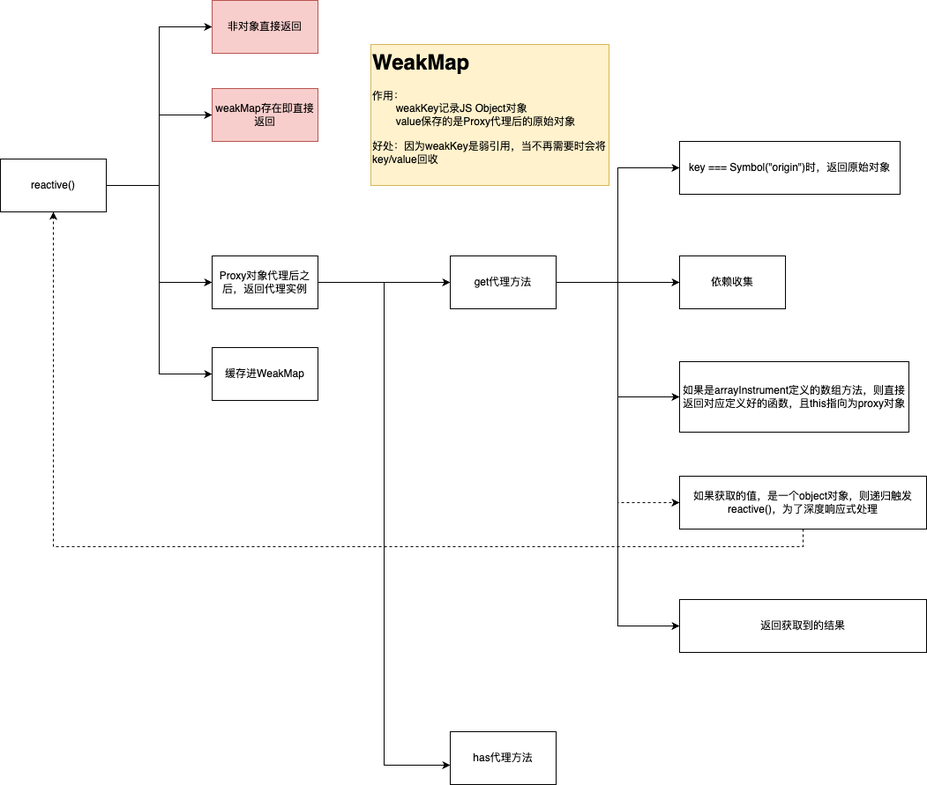
Before: Vue3响应式源码实现(渡一).drawio.png, a diagram exported from draw.io (JYbill/draw). Source tidied: cells renumbered, new cells last; positions are measured from the earlier drawing's top-left corner, leaving out a move shared by most shapes.
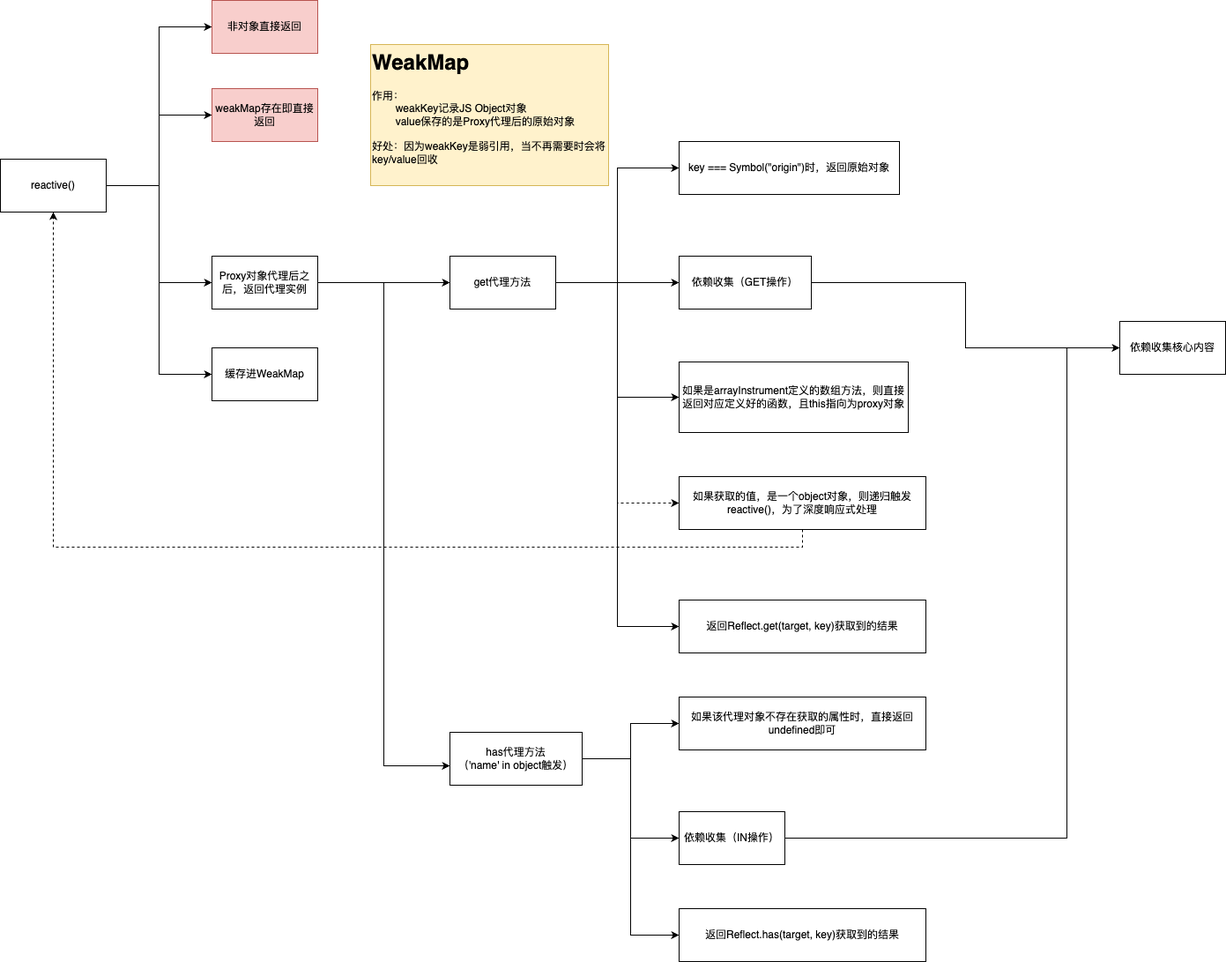
After the change.

Commit message:
更新Vue3响应式源码实现(渡一).drawio.png

What changed in the source:
```diff
@@ -56,8 +56,11 @@
     <mxCell id="19" value="key === Symbol(&quot;origin&quot;)时，返回原始对象" style="rounded=0;whiteSpace=wrap;html=1;" parent="1" vertex="1">
       <mxGeometry x="770" y="160" width="250" height="60" as="geometry" />
     </mxCell>
+    <mxCell id="27" style="edgeStyle=orthogonalEdgeStyle;rounded=0;jettySize=auto;html=1;exitX=1;exitY=0.5;exitDx=0;exitDy=0;entryX=0;entryY=0.5;entryDx=0;entryDy=0;" parent="1" edge="1" source="20" target="32">
+      <mxGeometry relative="1" as="geometry" />
+    </mxCell>
-    <mxCell id="20" value="依赖收集" style="rounded=0;whiteSpace=wrap;html=1;" parent="1" vertex="1">
-      <mxGeometry x="770" y="290" width="120" height="60" as="geometry" />
+    <mxCell id="20" value="依赖收集（GET操作）" style="rounded=0;whiteSpace=wrap;html=1;" parent="1" vertex="1">
+      <mxGeometry x="770" y="290" width="150" height="60" as="geometry" />
     </mxCell>
     <mxCell id="21" value="如果是arrayInstrument定义的数组方法，则直接返回对应定义好的函数，且this指向为proxy对象" style="rounded=0;whiteSpace=wrap;html=1;" parent="1" vertex="1">
       <mxGeometry x="770" y="410" width="260" height="80" as="geometry" />
@@ -68,14 +71,43 @@
     <mxCell id="23" value="如果获取的值，是一个object对象，则递归触发reactive()，为了深度响应式处理" style="rounded=0;whiteSpace=wrap;html=1;" parent="1" vertex="1">
       <mxGeometry x="770" y="540" width="280" height="60" as="geometry" />
     </mxCell>
-    <mxCell id="24" value="返回获取到的结果" style="rounded=0;whiteSpace=wrap;html=1;" parent="1" vertex="1">
+    <mxCell id="24" value="返回Reflect.get(target, key)获取到的结果" style="rounded=0;whiteSpace=wrap;html=1;" parent="1" vertex="1">
       <mxGeometry x="770" y="680" width="280" height="60" as="geometry" />
     </mxCell>
+    <mxCell id="28" style="edgeStyle=orthogonalEdgeStyle;rounded=0;jettySize=auto;html=1;exitX=1;exitY=0.5;exitDx=0;exitDy=0;" parent="1" edge="1" source="25" target="31">
+      <mxGeometry relative="1" as="geometry" />
+    </mxCell>
+    <mxCell id="29" style="edgeStyle=orthogonalEdgeStyle;rounded=0;jettySize=auto;html=1;exitX=1;exitY=0.5;exitDx=0;exitDy=0;entryX=0;entryY=0.5;entryDx=0;entryDy=0;" parent="1" edge="1" source="25" target="34">
+      <mxGeometry relative="1" as="geometry" />
+    </mxCell>
+    <mxCell id="30" style="edgeStyle=orthogonalEdgeStyle;rounded=0;jettySize=auto;html=1;exitX=1;exitY=0.5;exitDx=0;exitDy=0;entryX=0;entryY=0.5;entryDx=0;entryDy=0;" parent="1" edge="1" source="25" target="35">
+      <mxGeometry relative="1" as="geometry" />
+    </mxCell>
-    <mxCell id="25" value="has代理方法" style="rounded=0;whiteSpace=wrap;html=1;" parent="1" vertex="1">
-      <mxGeometry x="510" y="830" width="120" height="60" as="geometry" />
+    <mxCell id="25" value="has代理方法&lt;br&gt;（'name' in object触发）" style="rounded=0;whiteSpace=wrap;html=1;" parent="1" vertex="1">
+      <mxGeometry x="510" y="830" width="150" height="60" as="geometry" />
     </mxCell>
     <mxCell id="26" style="edgeStyle=orthogonalEdgeStyle;rounded=0;jettySize=auto;html=1;exitX=1;exitY=0.5;exitDx=0;exitDy=0;entryX=0;entryY=0.633;entryDx=0;entryDy=0;entryPerimeter=0;" parent="1" edge="1" source="11" target="25">
       <mxGeometry relative="1" as="geometry" />
     </mxCell>
+    <mxCell id="31" value="如果该代理对象不存在获取的属性时，直接返回undefined即可" style="rounded=0;whiteSpace=wrap;html=1;" parent="1" vertex="1">
+      <mxGeometry x="770" y="790" width="280" height="60" as="geometry" />
+    </mxCell>
+    <mxCell id="32" value="依赖收集核心内容" style="rounded=0;whiteSpace=wrap;html=1;" parent="1" vertex="1">
+      <mxGeometry x="1270" y="364" width="120" height="60" as="geometry" />
+    </mxCell>
+    <mxCell id="33" style="edgeStyle=orthogonalEdgeStyle;rounded=0;jettySize=auto;html=1;exitX=1;exitY=0.5;exitDx=0;exitDy=0;entryX=0;entryY=0.5;entryDx=0;entryDy=0;" parent="1" edge="1" source="34" target="32">
+      <mxGeometry relative="1" as="geometry">
+        <Array as="points">
+          <mxPoint x="1210" y="950" />
+          <mxPoint x="1210" y="394" />
+        </Array>
+      </mxGeometry>
+    </mxCell>
+    <mxCell id="34" value="依赖收集（IN操作）" style="rounded=0;whiteSpace=wrap;html=1;" parent="1" vertex="1">
+      <mxGeometry x="770" y="920" width="120" height="60" as="geometry" />
+    </mxCell>
+    <mxCell id="35" value="返回Reflect.has(target, key)获取到的结果" style="rounded=0;whiteSpace=wrap;html=1;" parent="1" vertex="1">
+      <mxGeometry x="770" y="1030" width="280" height="60" as="geometry" />
+    </mxCell>
   </root>
 </mxGraphModel>
```
